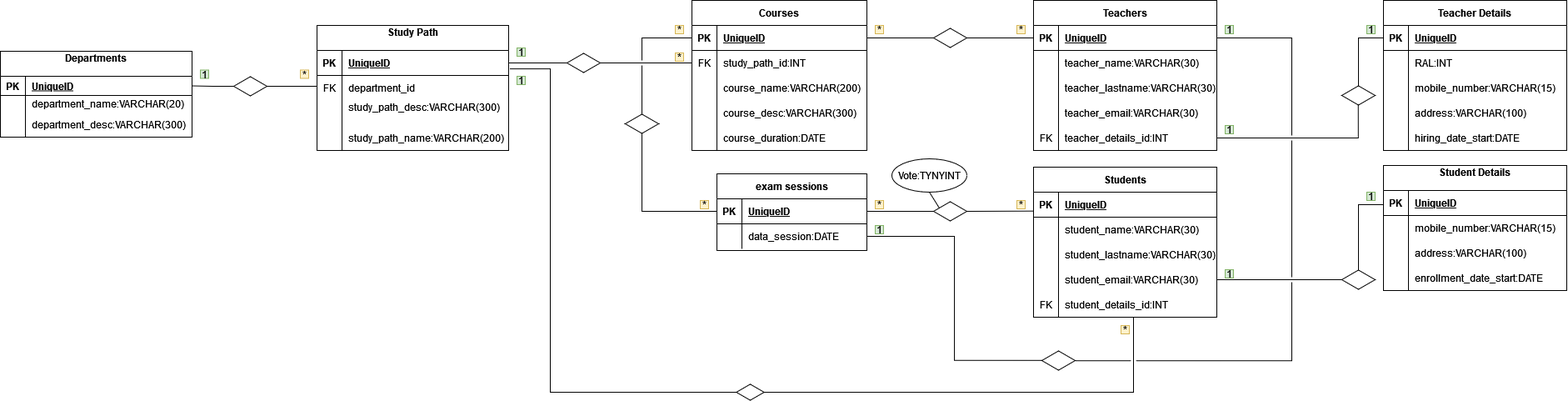
EgidioSperanza/db-university keeps this draw.io diagram as University.drawio.png. Above is the earlier version. Source tidied: cells renumbered, new cells last; positions are measured from the earlier drawing's top-left corner, leaving out a move shared by most shapes.
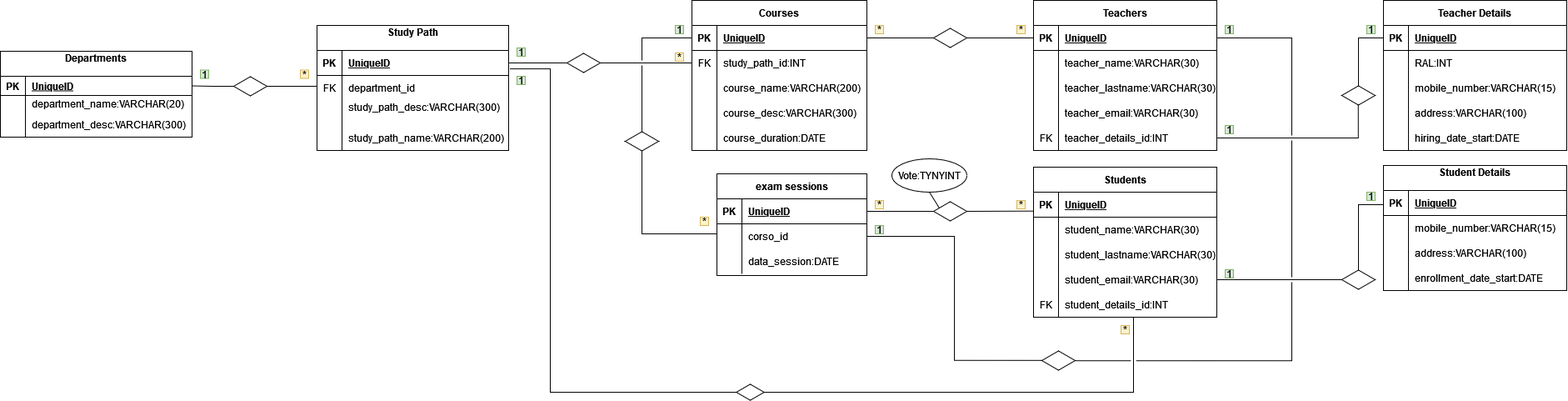
The same diagram one commit later.

Commit message:
fix exam sessions

Change to the diagram source:
```diff
@@ -228,7 +228,7 @@
       <mxGeometry x="1345" y="390" width="10" height="10" as="geometry" />
     </mxCell>
     <mxCell id="75" value="exam sessions" style="shape=table;startSize=30;rowLines=0;fontStyle=1;align=center;" parent="1" vertex="1">
-      <mxGeometry x="860" y="208" width="180" height="92" as="geometry" />
+      <mxGeometry x="860" y="208" width="180" height="122" as="geometry" />
     </mxCell>
     <mxCell id="76" style="shape=partialRectangle;fillColor=none;top=0;left=0;bottom=1;right=0;points=[[0,0.5],[1,0.5]];portConstraint=eastwest;" parent="75" vertex="1">
       <mxGeometry y="30" width="180" height="30" as="geometry" />
@@ -245,9 +245,18 @@
     <mxCell id="80" style="shape=partialRectangle;fillColor=none;top=0;left=0;bottom=0;right=0;overflow=hidden;" parent="79" vertex="1">
       <mxGeometry width="30" height="30" as="geometry" />
     </mxCell>
-    <mxCell id="81" value="data_session:DATE" style="shape=partialRectangle;fillColor=none;top=0;left=0;bottom=0;right=0;align=left;spacingLeft=6;overflow=hidden;" parent="79" vertex="1">
+    <mxCell id="81" value="corso_id" style="shape=partialRectangle;fillColor=none;top=0;left=0;bottom=0;right=0;align=left;spacingLeft=6;overflow=hidden;" parent="79" vertex="1">
       <mxGeometry x="30" width="150" height="30" as="geometry" />
     </mxCell>
+    <mxCell id="154" style="shape=partialRectangle;fillColor=none;top=0;left=0;bottom=0;right=0;" parent="75" vertex="1">
+      <mxGeometry y="90" width="180" height="30" as="geometry" />
+    </mxCell>
+    <mxCell id="155" style="shape=partialRectangle;fillColor=none;top=0;left=0;bottom=0;right=0;overflow=hidden;" parent="154" vertex="1">
+      <mxGeometry width="30" height="30" as="geometry" />
+    </mxCell>
+    <mxCell id="156" value="data_session:DATE" style="shape=partialRectangle;fillColor=none;top=0;left=0;bottom=0;right=0;align=left;spacingLeft=6;overflow=hidden;" parent="154" vertex="1">
+      <mxGeometry x="30" width="150" height="30" as="geometry" />
+    </mxCell>
     <mxCell id="82" style="edgeStyle=orthogonalEdgeStyle;rounded=0;jumpStyle=gap;jettySize=auto;html=1;exitX=1;exitY=0.5;exitDx=0;exitDy=0;entryX=-0.002;entryY=0.756;entryDx=0;entryDy=0;entryPerimeter=0;endArrow=none;endFill=0;startArrow=none;" parent="1" edge="1" source="83" target="58">
       <mxGeometry relative="1" as="geometry" />
     </mxCell>
@@ -273,19 +282,17 @@
       <mxGeometry relative="1" as="geometry">
         <Array as="points">
           <mxPoint x="770" y="45" />
-          <mxPoint x="770" y="253" />
+          <mxPoint x="770" y="280" />
+          <mxPoint x="860" y="280" />
         </Array>
       </mxGeometry>
     </mxCell>
     <mxCell id="90" style="html=1;whiteSpace=wrap;shape=isoRectangle;" parent="1" vertex="1">
-      <mxGeometry x="750" y="136" width="40" height="24" as="geometry" />
+      <mxGeometry x="750" y="157" width="40" height="24" as="geometry" />
     </mxCell>
     <mxCell id="91" value="*" style="text;html=1;strokeColor=#d6b656;fillColor=#fff2cc;align=center;verticalAlign=middle;whiteSpace=wrap;rounded=0;" parent="1" vertex="1">
-      <mxGeometry x="840" y="240" width="10" height="10" as="geometry" />
+      <mxGeometry x="840" y="260" width="10" height="10" as="geometry" />
     </mxCell>
-    <mxCell id="92" value="*" style="text;html=1;strokeColor=#d6b656;fillColor=#fff2cc;align=center;verticalAlign=middle;whiteSpace=wrap;rounded=0;" parent="1" vertex="1">
-      <mxGeometry x="810" y="30" width="10" height="10" as="geometry" />
-    </mxCell>
     <mxCell id="93" value="&lt;div&gt;1&lt;/div&gt;" style="text;html=1;strokeColor=#82b366;fillColor=#d5e8d4;align=center;verticalAlign=middle;whiteSpace=wrap;rounded=0;" parent="1" vertex="1">
       <mxGeometry x="1050" y="270" width="10" height="10" as="geometry" />
     </mxCell>
@@ -491,5 +498,8 @@
     <mxCell id="153" style="html=1;whiteSpace=wrap;shape=isoRectangle;" parent="1" vertex="1">
       <mxGeometry x="883.3" y="460" width="33.3" height="20" as="geometry" />
     </mxCell>
+    <mxCell id="157" value="&lt;div&gt;1&lt;/div&gt;" style="text;html=1;strokeColor=#82b366;fillColor=#d5e8d4;align=center;verticalAlign=middle;whiteSpace=wrap;rounded=0;" parent="1" vertex="1">
+      <mxGeometry x="810" y="30" width="10" height="10" as="geometry" />
+    </mxCell>
   </root>
 </mxGraphModel>
```
